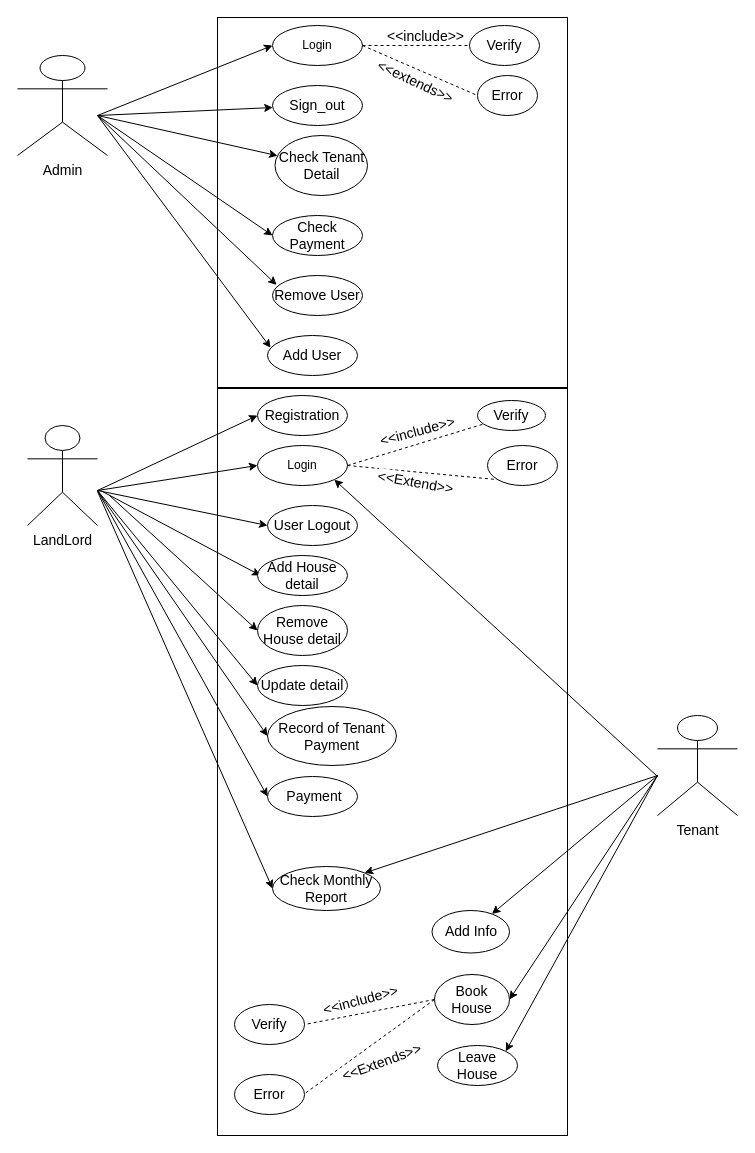
Above: page "UseCase" (5 of 5) of GharBeti(Diagrams).drawio in Sbdpratik/gharbeti (draw.io), before the change. Source tidied: cells renumbered, new cells numbered last; positions are measured from the earlier drawing's top-left corner, leaving out a move shared by most shapes. Both pictures are drawn from the tidied source at 100%, with x=0, y=0 at pixel (17, 17).
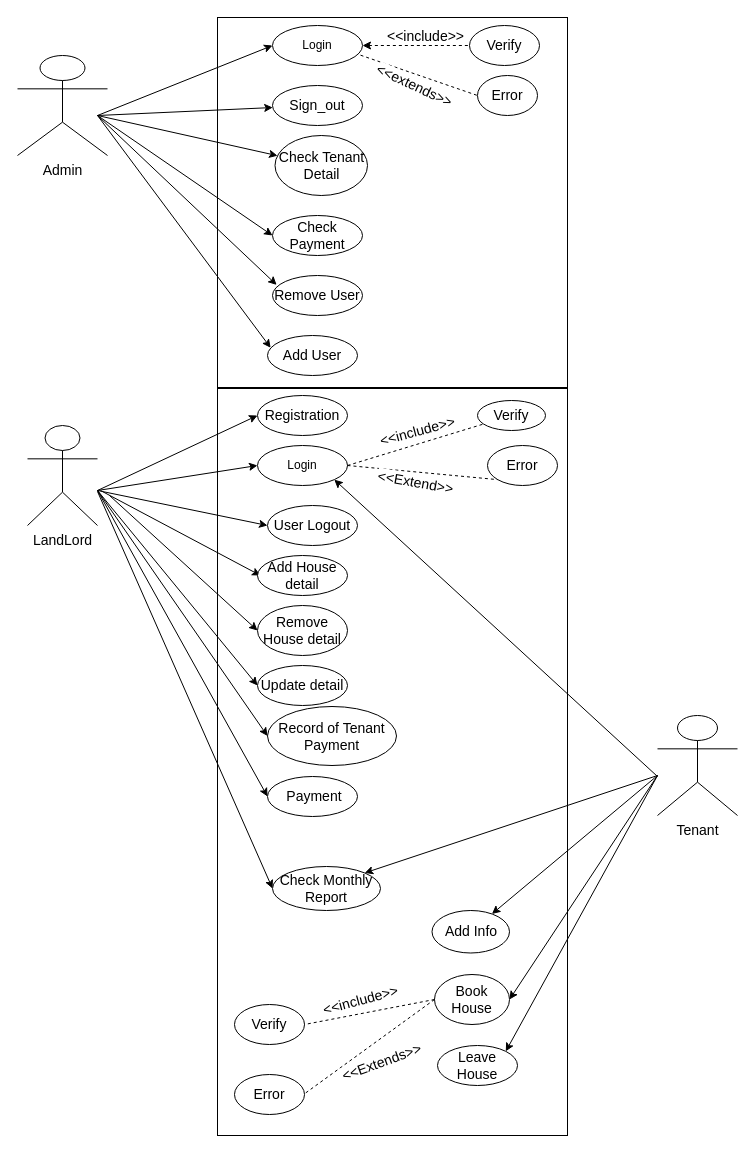
The same diagram, later.

The change refers to these unchanged cells:
```xml
<mxCell id="4" value="Login" style="ellipse;whiteSpace=wrap;html=1;" parent="1" vertex="1">
  <mxGeometry x="255" y="8" width="90" height="40" as="geometry" />
</mxCell>
<mxCell id="12" value="&lt;font style=&quot;font-size: 14px&quot;&gt;Error&lt;/font&gt;" style="ellipse;whiteSpace=wrap;html=1;" parent="1" vertex="1">
  <mxGeometry x="460" y="58" width="60" height="40" as="geometry" />
</mxCell>
<mxCell id="13" value="&lt;font style=&quot;font-size: 14px&quot;&gt;Verify&lt;/font&gt;" style="ellipse;whiteSpace=wrap;html=1;" parent="1" vertex="1">
  <mxGeometry x="452" y="8" width="70" height="40" as="geometry" />
</mxCell>
```

Diff of the diagram source:
```diff
@@
-    <mxCell id="14" style="endArrow=none;dashed=1;html=1;entryX=0;entryY=0.5;entryDx=0;entryDy=0;" parent="1" edge="1" target="13">
+    <mxCell id="14" style="endArrow=none;dashed=1;html=1;entryX=0;entryY=0.5;entryDx=0;entryDy=0;startArrow=classic;startFill=1;" parent="1" edge="1" target="13">
       <mxGeometry relative="1" as="geometry">
         <mxPoint x="345" y="28" as="sourcePoint" />
       </mxGeometry>
     </mxCell>
@@
-    <mxCell id="16" style="endArrow=none;dashed=1;html=1;entryX=0;entryY=0.5;entryDx=0;entryDy=0;exitX=1;exitY=0.5;exitDx=0;exitDy=0;" parent="1" edge="1" source="4" target="12">
+    <mxCell id="16" style="endArrow=none;dashed=1;html=1;entryX=0;entryY=0.5;entryDx=0;entryDy=0;exitX=0.978;exitY=0.742;exitDx=0;exitDy=0;exitPerimeter=0;" parent="1" edge="1" source="4" target="12">
       <mxGeometry relative="1" as="geometry" />
     </mxCell>
```
